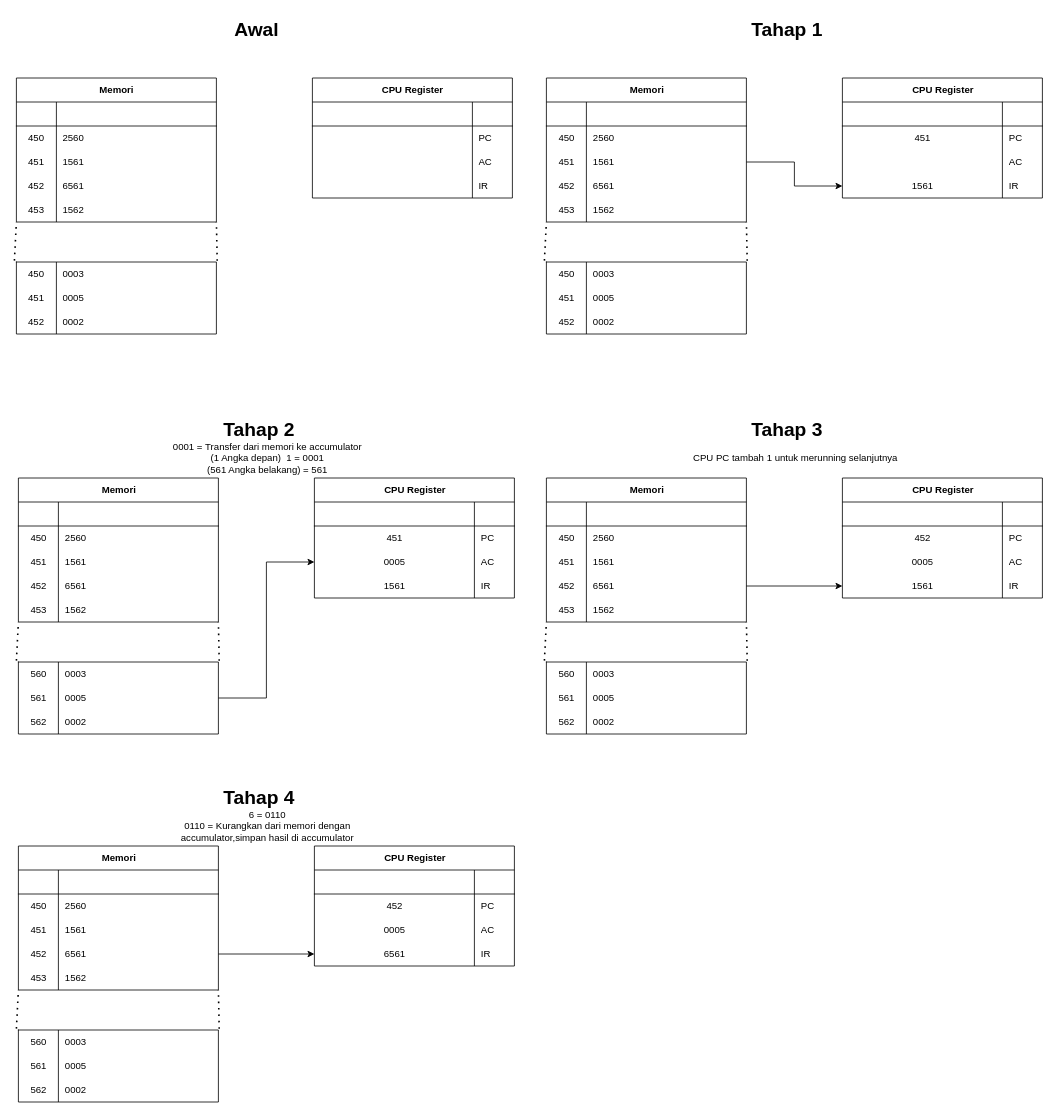
ImNotDanish05/Tester keeps this draw.io diagram as CPU.drawio. Above is the earlier version. Source tidied: cells renumbered, new cells numbered last; positions are measured from the earlier drawing's top-left corner, leaving out a move shared by most shapes. Both pictures are drawn from the tidied source at 80%, with x=0, y=0 at pixel (16, 14).
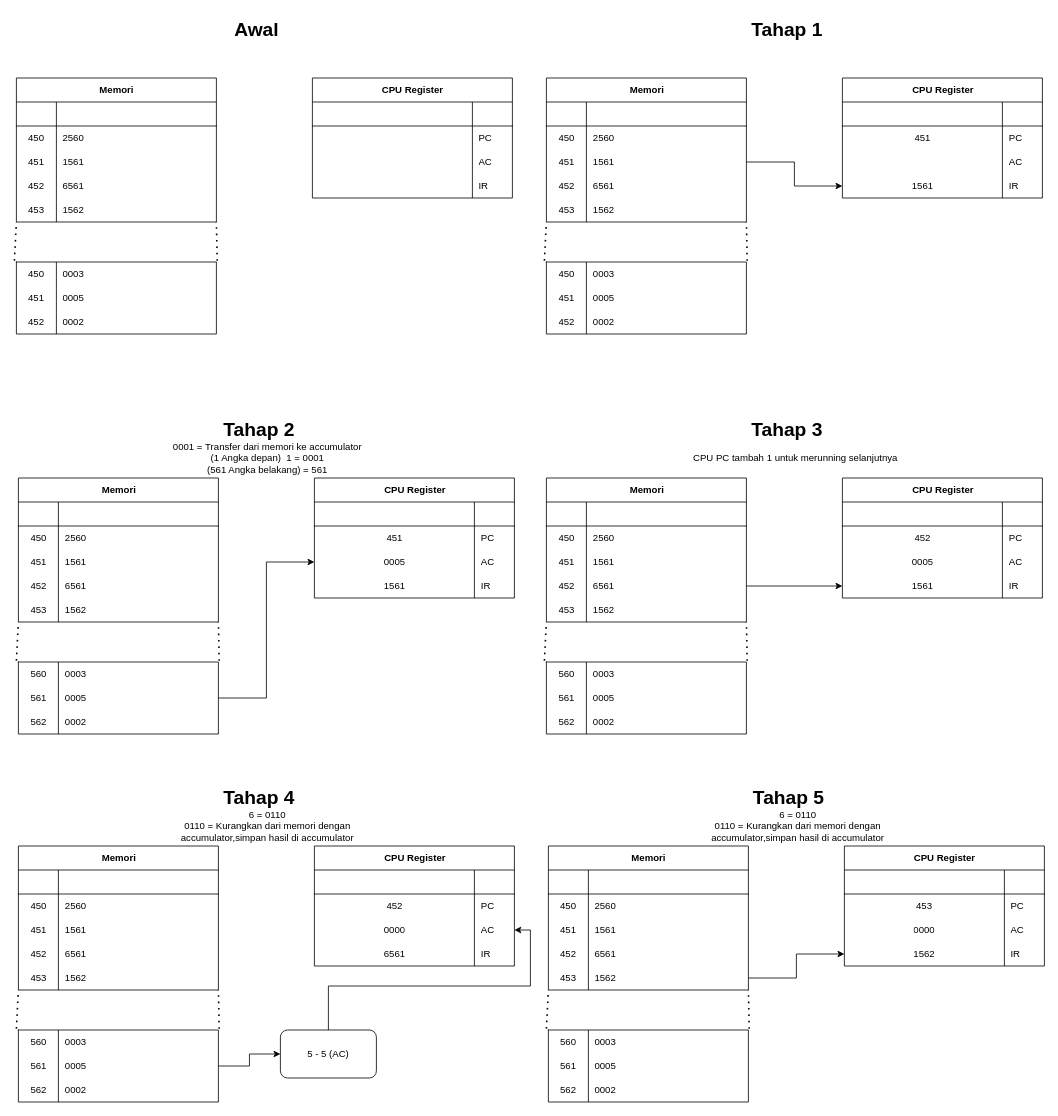
The same diagram, later.

Unchanged cells that the change refers to:
```xml
<mxCell id="185" style="shape=tableRow;horizontal=0;startSize=0;swimlaneHead=0;swimlaneBody=0;fillColor=none;points=[[0,0.5],[1,0.5]];portConstraint=eastwest;top=0;left=0;right=0;bottom=0;" parent="175" vertex="1">
  <mxGeometry y="120" width="250" height="30" as="geometry" />
</mxCell>
<mxCell id="198" style="shape=tableRow;horizontal=0;startSize=0;swimlaneHead=0;swimlaneBody=0;fillColor=none;points=[[0,0.5],[1,0.5]];portConstraint=eastwest;top=0;left=0;right=0;bottom=0;" parent="191" vertex="1">
  <mxGeometry y="90" width="250" height="30" as="geometry" />
</mxCell>
<mxCell id="201" style="shape=tableRow;horizontal=0;startSize=0;swimlaneHead=0;swimlaneBody=0;fillColor=none;points=[[0,0.5],[1,0.5]];portConstraint=eastwest;top=0;left=0;right=0;bottom=0;" parent="191" vertex="1">
  <mxGeometry y="120" width="250" height="30" as="geometry" />
</mxCell>
<mxCell id="208" style="shape=tableRow;horizontal=0;startSize=0;swimlaneHead=0;swimlaneBody=0;fillColor=none;points=[[0,0.5],[1,0.5]];portConstraint=eastwest;top=0;left=0;right=0;bottom=0;" parent="204" vertex="1">
  <mxGeometry y="30" width="250" height="30" as="geometry" />
</mxCell>
```

The edit, as a diff of the source:
```diff
@@
-    <mxCell id="199" value="0005" style="shape=partialRectangle;fillColor=none;top=0;left=0;bottom=0;right=0;overflow=hidden;whiteSpace=wrap;html=1;" parent="198" vertex="1">
+    <mxCell id="199" value="0000" style="shape=partialRectangle;fillColor=none;top=0;left=0;bottom=0;right=0;overflow=hidden;whiteSpace=wrap;html=1;" parent="198" vertex="1">
       <mxGeometry width="200" height="30" as="geometry" />
     </mxCell>
@@
-    <mxCell id="218" style="edgeStyle=orthogonalEdgeStyle;rounded=0;jettySize=auto;html=1;entryX=0;entryY=0.5;entryDx=0;entryDy=0;" parent="1" edge="1" source="185" target="201">
-      <mxGeometry relative="1" as="geometry" />
-    </mxCell>
+    <mxCell id="219" style="edgeStyle=orthogonalEdgeStyle;rounded=0;jettySize=auto;html=1;entryX=1;entryY=0.5;entryDx=0;entryDy=0;" parent="1" edge="1" source="220" target="198">
+      <mxGeometry relative="1" as="geometry" />
+    </mxCell>
+    <mxCell id="220" style="rounded=1;whiteSpace=wrap;html=1;" parent="1" vertex="1">
+      <mxGeometry x="330" y="1270" width="120" height="60" as="geometry" />
+    </mxCell>
+    <mxCell id="221" value="5 - 5 (AC)" style="text;html=1;align=center;verticalAlign=middle;whiteSpace=wrap;rounded=0;" parent="1" vertex="1">
+      <mxGeometry x="360" y="1285" width="60" height="30" as="geometry" />
+    </mxCell>
+    <mxCell id="222" style="edgeStyle=orthogonalEdgeStyle;rounded=0;jettySize=auto;html=1;entryX=0;entryY=0.5;entryDx=0;entryDy=0;" parent="1" edge="1" source="208" target="220">
+      <mxGeometry relative="1" as="geometry" />
+    </mxCell>
+    <mxCell id="223" value="Memori" style="shape=table;startSize=30;childLayout=tableLayout;rowLines=0;fontStyle=1;align=center;html=1;" parent="1" vertex="1">
+      <mxGeometry x="665" y="1040" width="250" height="180" as="geometry" />
+    </mxCell>
+    <mxCell id="224" style="shape=tableRow;horizontal=0;startSize=0;swimlaneHead=0;swimlaneBody=0;fillColor=none;top=0;left=0;right=0;bottom=1;" parent="223" vertex="1">
+      <mxGeometry y="30" width="250" height="30" as="geometry" />
+    </mxCell>
+    <mxCell id="225" style="shape=partialRectangle;fillColor=none;top=0;left=0;bottom=0;right=0;fontStyle=1;overflow=hidden;whiteSpace=wrap;html=1;" parent="224" vertex="1">
+      <mxGeometry width="50" height="30" as="geometry" />
+    </mxCell>
+    <mxCell id="226" style="shape=partialRectangle;fillColor=none;top=0;left=0;bottom=0;right=0;align=left;spacingLeft=6;fontStyle=5;overflow=hidden;whiteSpace=wrap;html=1;" parent="224" vertex="1">
+      <mxGeometry x="50" width="200" height="30" as="geometry" />
+    </mxCell>
+    <mxCell id="227" style="shape=tableRow;horizontal=0;startSize=0;swimlaneHead=0;swimlaneBody=0;fillColor=none;top=0;left=0;right=0;bottom=0;" parent="223" vertex="1">
+      <mxGeometry y="60" width="250" height="30" as="geometry" />
+    </mxCell>
+    <mxCell id="228" value="450" style="shape=partialRectangle;fillColor=none;top=0;left=0;bottom=0;right=0;overflow=hidden;whiteSpace=wrap;html=1;" parent="227" vertex="1">
+      <mxGeometry width="50" height="30" as="geometry" />
+    </mxCell>
+    <mxCell id="229" value="2560" style="shape=partialRectangle;fillColor=none;top=0;left=0;bottom=0;right=0;align=left;spacingLeft=6;overflow=hidden;whiteSpace=wrap;html=1;" parent="227" vertex="1">
+      <mxGeometry x="50" width="200" height="30" as="geometry" />
+    </mxCell>
+    <mxCell id="230" style="shape=tableRow;horizontal=0;startSize=0;swimlaneHead=0;swimlaneBody=0;fillColor=none;top=0;left=0;right=0;bottom=0;" parent="223" vertex="1">
+      <mxGeometry y="90" width="250" height="30" as="geometry" />
+    </mxCell>
+    <mxCell id="231" value="451" style="shape=partialRectangle;fillColor=none;top=0;left=0;bottom=0;right=0;overflow=hidden;whiteSpace=wrap;html=1;" parent="230" vertex="1">
+      <mxGeometry width="50" height="30" as="geometry" />
+    </mxCell>
+    <mxCell id="232" value="1561" style="shape=partialRectangle;fillColor=none;top=0;left=0;bottom=0;right=0;align=left;spacingLeft=6;overflow=hidden;whiteSpace=wrap;html=1;" parent="230" vertex="1">
+      <mxGeometry x="50" width="200" height="30" as="geometry" />
+    </mxCell>
+    <mxCell id="233" style="shape=tableRow;horizontal=0;startSize=0;swimlaneHead=0;swimlaneBody=0;fillColor=none;top=0;left=0;right=0;bottom=0;" parent="223" vertex="1">
+      <mxGeometry y="120" width="250" height="30" as="geometry" />
+    </mxCell>
+    <mxCell id="234" value="452" style="shape=partialRectangle;fillColor=none;top=0;left=0;bottom=0;right=0;overflow=hidden;whiteSpace=wrap;html=1;" parent="233" vertex="1">
+      <mxGeometry width="50" height="30" as="geometry" />
+    </mxCell>
+    <mxCell id="235" value="6561" style="shape=partialRectangle;fillColor=none;top=0;left=0;bottom=0;right=0;align=left;spacingLeft=6;overflow=hidden;whiteSpace=wrap;html=1;" parent="233" vertex="1">
+      <mxGeometry x="50" width="200" height="30" as="geometry" />
+    </mxCell>
+    <mxCell id="236" style="shape=tableRow;horizontal=0;startSize=0;swimlaneHead=0;swimlaneBody=0;fillColor=none;points=[[0,0.5],[1,0.5]];portConstraint=eastwest;top=0;left=0;right=0;bottom=0;" parent="223" vertex="1">
+      <mxGeometry y="150" width="250" height="30" as="geometry" />
+    </mxCell>
+    <mxCell id="237" value="453" style="shape=partialRectangle;fillColor=none;top=0;left=0;bottom=0;right=0;overflow=hidden;whiteSpace=wrap;html=1;" parent="236" vertex="1">
+      <mxGeometry width="50" height="30" as="geometry" />
+    </mxCell>
+    <mxCell id="238" value="1562" style="shape=partialRectangle;fillColor=none;top=0;left=0;bottom=0;right=0;align=left;spacingLeft=6;overflow=hidden;whiteSpace=wrap;html=1;" parent="236" vertex="1">
+      <mxGeometry x="50" width="200" height="30" as="geometry" />
+    </mxCell>
+    <mxCell id="239" value="CPU Register" style="shape=table;startSize=30;childLayout=tableLayout;rowLines=0;fontStyle=1;align=center;html=1;" parent="1" vertex="1">
+      <mxGeometry x="1035" y="1040" width="250" height="150" as="geometry" />
+    </mxCell>
+    <mxCell id="240" style="shape=tableRow;horizontal=0;startSize=0;swimlaneHead=0;swimlaneBody=0;fillColor=none;top=0;left=0;right=0;bottom=1;" parent="239" vertex="1">
+      <mxGeometry y="30" width="250" height="30" as="geometry" />
+    </mxCell>
+    <mxCell id="241" style="shape=partialRectangle;fillColor=none;top=0;left=0;bottom=0;right=0;fontStyle=1;overflow=hidden;whiteSpace=wrap;html=1;" parent="240" vertex="1">
+      <mxGeometry width="200" height="30" as="geometry" />
+    </mxCell>
+    <mxCell id="242" style="shape=partialRectangle;fillColor=none;top=0;left=0;bottom=0;right=0;align=left;spacingLeft=6;fontStyle=5;overflow=hidden;whiteSpace=wrap;html=1;" parent="240" vertex="1">
+      <mxGeometry x="200" width="50" height="30" as="geometry" />
+    </mxCell>
+    <mxCell id="243" style="shape=tableRow;horizontal=0;startSize=0;swimlaneHead=0;swimlaneBody=0;fillColor=none;top=0;left=0;right=0;bottom=0;" parent="239" vertex="1">
+      <mxGeometry y="60" width="250" height="30" as="geometry" />
+    </mxCell>
+    <mxCell id="244" value="453" style="shape=partialRectangle;fillColor=none;top=0;left=0;bottom=0;right=0;overflow=hidden;whiteSpace=wrap;html=1;" parent="243" vertex="1">
+      <mxGeometry width="200" height="30" as="geometry" />
+    </mxCell>
+    <mxCell id="245" value="PC" style="shape=partialRectangle;fillColor=none;top=0;left=0;bottom=0;right=0;align=left;spacingLeft=6;overflow=hidden;whiteSpace=wrap;html=1;" parent="243" vertex="1">
+      <mxGeometry x="200" width="50" height="30" as="geometry" />
+    </mxCell>
+    <mxCell id="246" style="shape=tableRow;horizontal=0;startSize=0;swimlaneHead=0;swimlaneBody=0;fillColor=none;top=0;left=0;right=0;bottom=0;" parent="239" vertex="1">
+      <mxGeometry y="90" width="250" height="30" as="geometry" />
+    </mxCell>
+    <mxCell id="247" value="0000" style="shape=partialRectangle;fillColor=none;top=0;left=0;bottom=0;right=0;overflow=hidden;whiteSpace=wrap;html=1;" parent="246" vertex="1">
+      <mxGeometry width="200" height="30" as="geometry" />
+    </mxCell>
+    <mxCell id="248" value="AC" style="shape=partialRectangle;fillColor=none;top=0;left=0;bottom=0;right=0;align=left;spacingLeft=6;overflow=hidden;whiteSpace=wrap;html=1;" parent="246" vertex="1">
+      <mxGeometry x="200" width="50" height="30" as="geometry" />
+    </mxCell>
+    <mxCell id="249" style="shape=tableRow;horizontal=0;startSize=0;swimlaneHead=0;swimlaneBody=0;fillColor=none;points=[[0,0.5],[1,0.5]];portConstraint=eastwest;top=0;left=0;right=0;bottom=0;" parent="239" vertex="1">
+      <mxGeometry y="120" width="250" height="30" as="geometry" />
+    </mxCell>
+    <mxCell id="250" value="1562" style="shape=partialRectangle;fillColor=none;top=0;left=0;bottom=0;right=0;overflow=hidden;whiteSpace=wrap;html=1;" parent="249" vertex="1">
+      <mxGeometry width="200" height="30" as="geometry" />
+    </mxCell>
+    <mxCell id="251" value="IR" style="shape=partialRectangle;fillColor=none;top=0;left=0;bottom=0;right=0;align=left;spacingLeft=6;overflow=hidden;whiteSpace=wrap;html=1;" parent="249" vertex="1">
+      <mxGeometry x="200" width="50" height="30" as="geometry" />
+    </mxCell>
+    <mxCell id="252" style="shape=table;startSize=0;childLayout=tableLayout;rowLines=0;fontStyle=1;align=center;html=1;" parent="1" vertex="1">
+      <mxGeometry x="665" y="1270" width="250" height="90" as="geometry" />
+    </mxCell>
+    <mxCell id="253" style="shape=tableRow;horizontal=0;startSize=0;swimlaneHead=0;swimlaneBody=0;fillColor=none;points=[[0,0.5],[1,0.5]];portConstraint=eastwest;top=0;left=0;right=0;bottom=0;" parent="252" vertex="1">
+      <mxGeometry width="250" height="30" as="geometry" />
+    </mxCell>
+    <mxCell id="254" value="560" style="shape=partialRectangle;fillColor=none;top=0;left=0;bottom=0;right=0;overflow=hidden;whiteSpace=wrap;html=1;" parent="253" vertex="1">
+      <mxGeometry width="50" height="30" as="geometry" />
+    </mxCell>
+    <mxCell id="255" value="0003" style="shape=partialRectangle;fillColor=none;top=0;left=0;bottom=0;right=0;align=left;spacingLeft=6;overflow=hidden;whiteSpace=wrap;html=1;" parent="253" vertex="1">
+      <mxGeometry x="50" width="200" height="30" as="geometry" />
+    </mxCell>
+    <mxCell id="256" style="shape=tableRow;horizontal=0;startSize=0;swimlaneHead=0;swimlaneBody=0;fillColor=none;top=0;left=0;right=0;bottom=0;" parent="252" vertex="1">
+      <mxGeometry y="30" width="250" height="30" as="geometry" />
+    </mxCell>
+    <mxCell id="257" value="561" style="shape=partialRectangle;fillColor=none;top=0;left=0;bottom=0;right=0;overflow=hidden;whiteSpace=wrap;html=1;" parent="256" vertex="1">
+      <mxGeometry width="50" height="30" as="geometry" />
+    </mxCell>
+    <mxCell id="258" value="0005" style="shape=partialRectangle;fillColor=none;top=0;left=0;bottom=0;right=0;align=left;spacingLeft=6;overflow=hidden;whiteSpace=wrap;html=1;" parent="256" vertex="1">
+      <mxGeometry x="50" width="200" height="30" as="geometry" />
+    </mxCell>
+    <mxCell id="259" style="shape=tableRow;horizontal=0;startSize=0;swimlaneHead=0;swimlaneBody=0;fillColor=none;top=0;left=0;right=0;bottom=0;" parent="252" vertex="1">
+      <mxGeometry y="60" width="250" height="30" as="geometry" />
+    </mxCell>
+    <mxCell id="260" value="562" style="shape=partialRectangle;fillColor=none;top=0;left=0;bottom=0;right=0;overflow=hidden;whiteSpace=wrap;html=1;" parent="259" vertex="1">
+      <mxGeometry width="50" height="30" as="geometry" />
+    </mxCell>
+    <mxCell id="261" value="0002" style="shape=partialRectangle;fillColor=none;top=0;left=0;bottom=0;right=0;align=left;spacingLeft=6;overflow=hidden;whiteSpace=wrap;html=1;" parent="259" vertex="1">
+      <mxGeometry x="50" width="200" height="30" as="geometry" />
+    </mxCell>
+    <mxCell id="262" style="endArrow=none;dashed=1;html=1;dashPattern=1 3;strokeWidth=2;rounded=0;exitX=1.004;exitY=-0.051;exitDx=0;exitDy=0;exitPerimeter=0;" parent="1" edge="1" source="253">
+      <mxGeometry relative="1" as="geometry">
+        <mxPoint x="915" y="1220" as="targetPoint" />
+      </mxGeometry>
+    </mxCell>
+    <mxCell id="263" style="endArrow=none;dashed=1;html=1;dashPattern=1 3;strokeWidth=2;rounded=0;entryX=0;entryY=1;entryDx=0;entryDy=0;entryPerimeter=0;exitX=-0.01;exitY=-0.057;exitDx=0;exitDy=0;exitPerimeter=0;" parent="1" edge="1" source="253" target="236">
+      <mxGeometry relative="1" as="geometry" />
+    </mxCell>
+    <mxCell id="264" value="Tahap 5" style="text;strokeColor=none;fillColor=none;html=1;fontSize=24;fontStyle=1;verticalAlign=middle;align=center;" parent="1" vertex="1">
+      <mxGeometry x="915" y="960" width="100" height="40" as="geometry" />
+    </mxCell>
+    <mxCell id="265" value="&lt;span style=&quot;background-color: initial;&quot;&gt;6 = 0110&lt;/span&gt;&lt;div&gt;0110 =&amp;nbsp;Kurangkan dari memori dengan accumulator,simpan hasil di accumulator &lt;/div&gt;" style="text;html=1;align=center;verticalAlign=middle;whiteSpace=wrap;rounded=0;" parent="1" vertex="1">
+      <mxGeometry x="842.5" y="1000" width="267.5" height="30" as="geometry" />
+    </mxCell>
+    <mxCell id="266" style="edgeStyle=orthogonalEdgeStyle;rounded=0;jettySize=auto;html=1;entryX=0;entryY=0.5;entryDx=0;entryDy=0;" parent="1" edge="1" source="236" target="249">
+      <mxGeometry relative="1" as="geometry" />
+    </mxCell>
```
